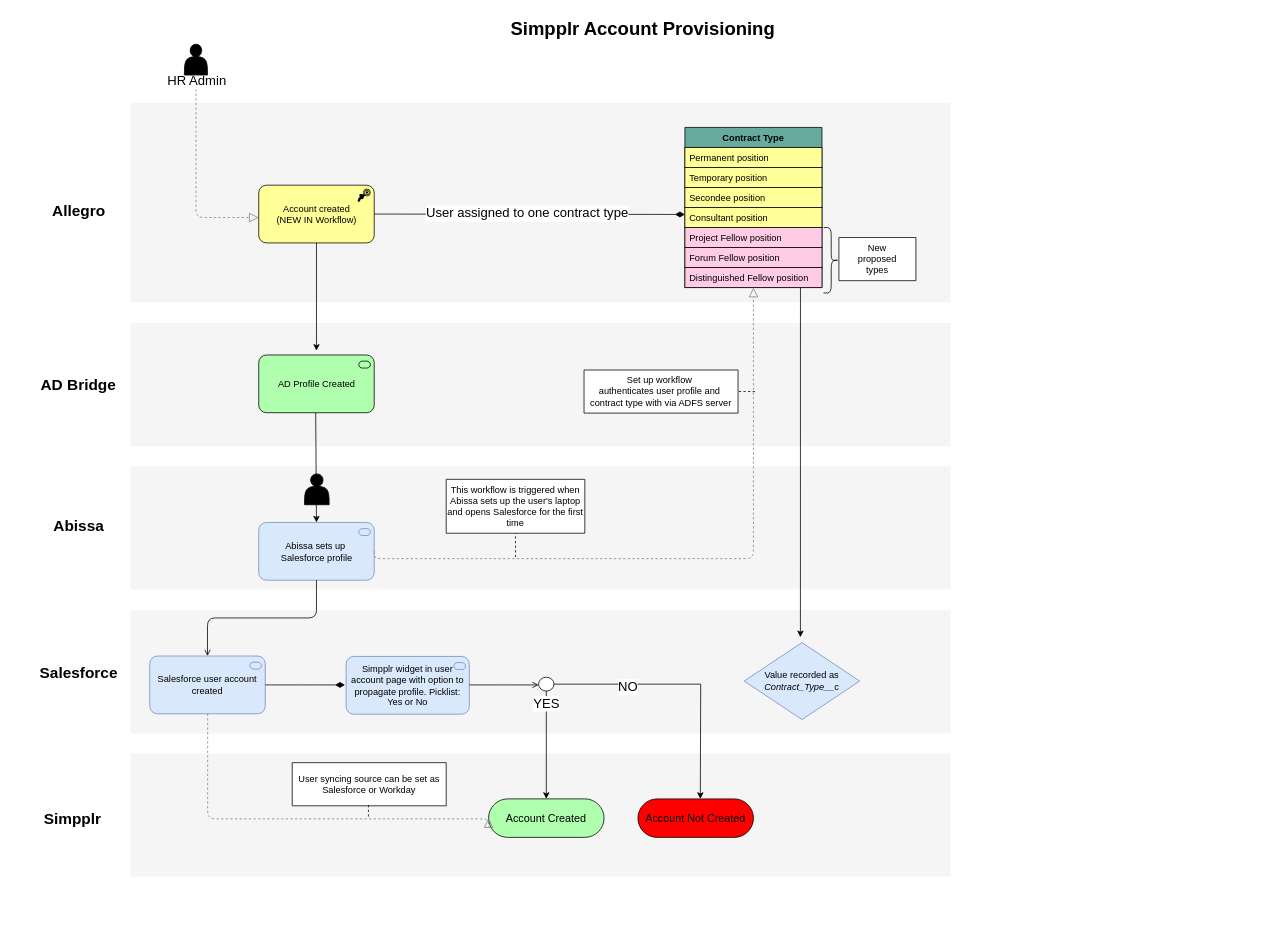
The draw.io diagram SimpplrAccountProvisioning.drawio in merid-berhe/draw.io, before the edit. Source tidied: cells renumbered, new cells numbered last; positions are measured from the earlier drawing's top-left corner, leaving out a move shared by most shapes. Both pictures are drawn from the tidied source at 77%, with x=0, y=0 at pixel (13, 13).
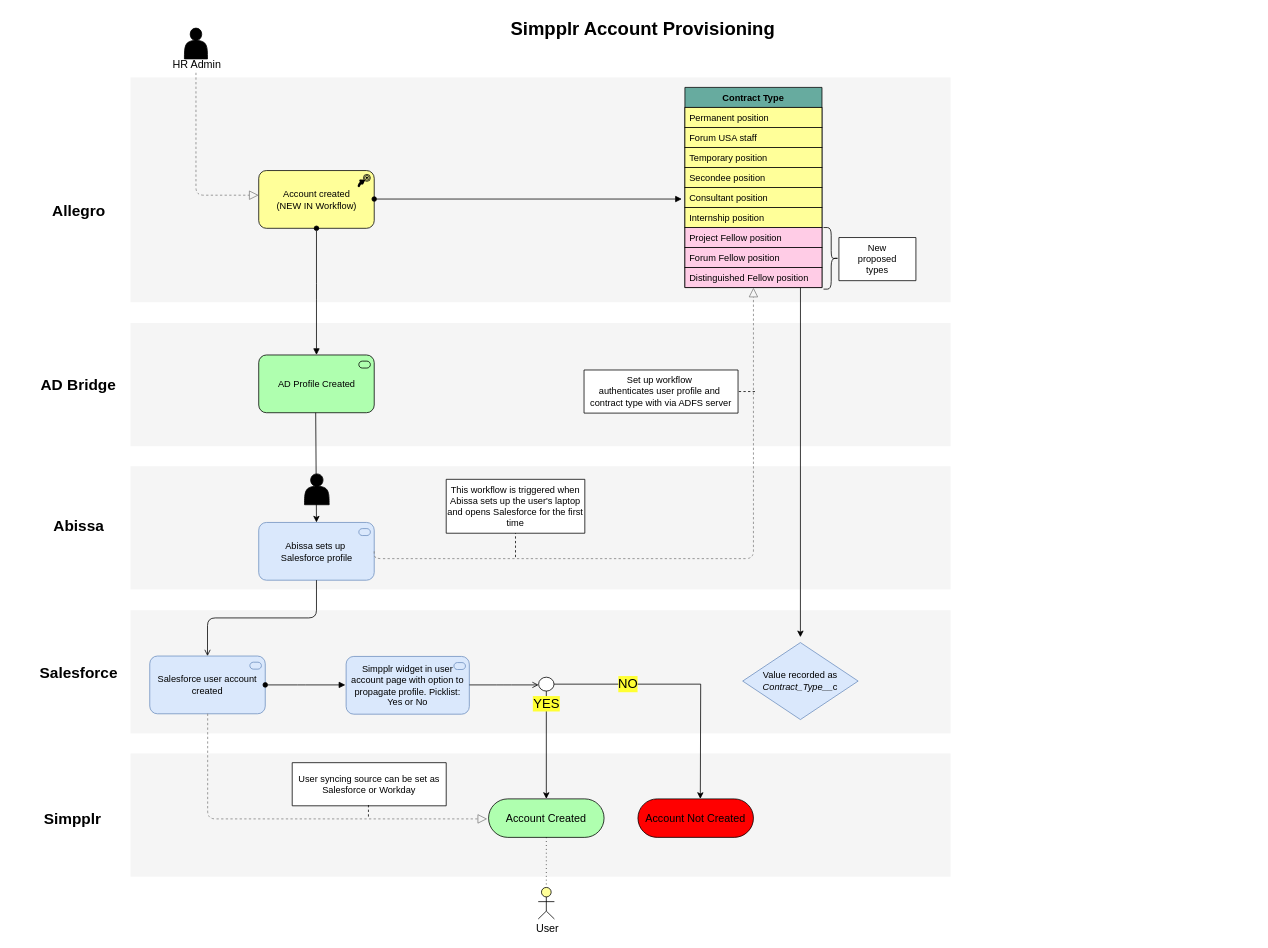
The same page after the edit.

Unchanged cells that the change refers to:
```xml
<mxCell id="2" style="whiteSpace=wrap;html=1;strokeColor=none;strokeWidth=1;fillColor=#f5f5f5;fontSize=14;imageHeight=24;" parent="1" vertex="1">
  <mxGeometry x="152" y="961" width="1065" height="160" as="geometry" />
</mxCell>
<mxCell id="7" value="Account Created" style="html=1;whiteSpace=wrap;fillColor=#AFFFAF;strokeColor=#000000;shape=mxgraph.archimate3.service;fontSize=14;" parent="1" vertex="1">
  <mxGeometry x="617" y="1020" width="150" height="50" as="geometry" />
</mxCell>
<mxCell id="28" value="AD Profile Created" style="html=1;outlineConnect=0;whiteSpace=wrap;fillColor=#AFFFAF;strokeColor=#000000;shape=mxgraph.archimate3.application;appType=serv;archiType=rounded;" parent="1" vertex="1">
  <mxGeometry x="318.5" y="443.5" width="150" height="75" as="geometry" />
</mxCell>
<mxCell id="46" style="edgeStyle=orthogonalEdgeStyle;rounded=0;jettySize=auto;html=1;" parent="1" edge="1" source="48">
  <mxGeometry relative="1" as="geometry">
    <mxPoint x="892" y="1020" as="targetPoint" />
  </mxGeometry>
</mxCell>
```

Diff of the diagram source:
```diff
@@
     <mxCell id="6" style="whiteSpace=wrap;html=1;strokeColor=none;strokeWidth=1;fillColor=#f5f5f5;fontSize=14;imageWidth=24;imageAspect=1;" parent="1" vertex="1">
-      <mxGeometry x="152" y="116" width="1065" height="259" as="geometry" />
+      <mxGeometry x="152" y="83" width="1065" height="292" as="geometry" />
     </mxCell>
@@
-    <mxCell id="12" style="edgeStyle=elbowEdgeStyle;rounded=1;elbow=vertical;html=1;dashed=1;startSize=10;endArrow=block;endFill=0;endSize=10;jettySize=auto;strokeColor=#808080;fontSize=14;exitX=0.5;exitY=1;exitDx=0;exitDy=0;" parent="1" edge="1" source="16">
+    <mxCell id="12" style="edgeStyle=elbowEdgeStyle;rounded=1;elbow=vertical;html=1;dashed=1;startSize=10;endArrow=block;endFill=0;endSize=10;jettySize=auto;strokeColor=#808080;fontSize=14;exitX=0.5;exitY=1;exitDx=0;exitDy=0;" parent="1" edge="1" source="16" target="25">
       <mxGeometry relative="1" as="geometry">
-        <mxPoint x="318.5" y="265" as="targetPoint" />
         <Array as="points">
+          <mxPoint x="273" y="236" />
           <mxPoint x="262" y="265" />
           <mxPoint x="280" y="265" />
         </Array>
       </mxGeometry>
     </mxCell>
-    <mxCell id="13" value="HR Admin" style="text;html=1;align=center;verticalAlign=middle;labelBackgroundColor=#ffffff;fontSize=17;" parent="12" vertex="1">
+    <mxCell id="13" value="HR Admin" style="text;html=1;align=center;verticalAlign=middle;labelBackgroundColor=#ffffff;fontSize=14;" parent="12" vertex="1">
       <mxGeometry x="-0.95" relative="1" as="geometry" />
     </mxCell>
@@
     <mxCell id="16" style="shape=actor;whiteSpace=wrap;html=1;fillColor=#000000;" parent="1" vertex="1">
-      <mxGeometry x="222" y="40" width="30" height="40" as="geometry" />
+      <mxGeometry x="222" y="19" width="30" height="40" as="geometry" />
     </mxCell>
     <mxCell id="17" value="Contract Type" style="swimlane;fontStyle=1;horizontal=1;startSize=26;fillColor=#67AB9F;strokeColor=#000000;" parent="1" vertex="1">
-      <mxGeometry x="872" y="148" width="178" height="208" as="geometry" />
+      <mxGeometry x="872" y="96" width="178" height="260" as="geometry" />
     </mxCell>
@@
+    <mxCell id="55" value="Forum USA staff" style="text;strokeColor=#000000;fillColor=#FFFF99;align=left;verticalAlign=top;spacingLeft=4;spacingRight=4;overflow=hidden;" parent="17" vertex="1">
+      <mxGeometry y="52" width="178" height="26" as="geometry" />
+    </mxCell>
     <mxCell id="19" value="Temporary position" style="text;strokeColor=#000000;fillColor=#FFFF99;align=left;verticalAlign=top;spacingLeft=4;spacingRight=4;overflow=hidden;" parent="17" vertex="1">
-      <mxGeometry y="52" width="178" height="26" as="geometry" />
+      <mxGeometry y="78" width="178" height="26" as="geometry" />
     </mxCell>
     <mxCell id="20" value="Secondee position" style="text;strokeColor=#000000;fillColor=#FFFF99;align=left;verticalAlign=top;spacingLeft=4;spacingRight=4;overflow=hidden;" parent="17" vertex="1">
-      <mxGeometry y="78" width="178" height="26" as="geometry" />
+      <mxGeometry y="104" width="178" height="26" as="geometry" />
     </mxCell>
     <mxCell id="21" value="Consultant position" style="text;strokeColor=#000000;fillColor=#FFFF99;align=left;verticalAlign=top;spacingLeft=4;spacingRight=4;overflow=hidden;points=[[0,0.5],[1,0.5]];portConstraint=eastwest;" parent="17" vertex="1">
-      <mxGeometry y="104" width="178" height="26" as="geometry" />
+      <mxGeometry y="130" width="178" height="26" as="geometry" />
     </mxCell>
+    <mxCell id="56" value="Internship position" style="text;strokeColor=#000000;fillColor=#FFFF99;align=left;verticalAlign=top;spacingLeft=4;spacingRight=4;overflow=hidden;" parent="17" vertex="1">
+      <mxGeometry y="156" width="178" height="26" as="geometry" />
+    </mxCell>
     <mxCell id="22" value="Project Fellow position" style="text;strokeColor=#000000;fillColor=#FFCCE6;align=left;verticalAlign=top;spacingLeft=4;spacingRight=4;overflow=hidden;" parent="17" vertex="1">
-      <mxGeometry y="130" width="178" height="26" as="geometry" />
+      <mxGeometry y="182" width="178" height="26" as="geometry" />
     </mxCell>
     <mxCell id="23" value="Forum Fellow position" style="text;strokeColor=#000000;fillColor=#FFCCE6;align=left;verticalAlign=top;spacingLeft=4;spacingRight=4;overflow=hidden;" parent="17" vertex="1">
-      <mxGeometry y="156" width="178" height="26" as="geometry" />
+      <mxGeometry y="208" width="178" height="26" as="geometry" />
     </mxCell>
     <mxCell id="24" value="Distinguished Fellow position" style="text;strokeColor=#000000;fillColor=#FFCCE6;align=left;verticalAlign=top;spacingLeft=4;spacingRight=4;overflow=hidden;points=[[0,0.5],[1,0.5]];portConstraint=eastwest;" parent="17" vertex="1">
-      <mxGeometry y="182" width="178" height="26" as="geometry" />
+      <mxGeometry y="234" width="178" height="26" as="geometry" />
     </mxCell>
     <mxCell id="25" value="Account created&lt;br&gt;(NEW IN Workflow)" style="html=1;outlineConnect=0;whiteSpace=wrap;fillColor=#Ffff99;strokeColor=#000000;shape=mxgraph.archimate3.application;appType=course;archiType=rounded;" parent="1" vertex="1">
-      <mxGeometry x="318.5" y="223" width="150" height="75" as="geometry" />
+      <mxGeometry x="318.5" y="204" width="150" height="75" as="geometry" />
     </mxCell>
-    <mxCell id="26" style="html=1;endArrow=diamondThin;endFill=1;edgeStyle=elbowEdgeStyle;elbow=vertical;endSize=10;" parent="1" edge="1" target="21">
-      <mxGeometry relative="1" as="geometry">
-        <mxPoint x="468.5" y="260.5" as="sourcePoint" />
-      </mxGeometry>
-    </mxCell>
-    <mxCell id="27" value="User assigned to one contract type" style="text;html=1;align=center;verticalAlign=middle;labelBackgroundColor=#ffffff;fontSize=17;" parent="26" vertex="1">
-      <mxGeometry x="-0.02" y="2" relative="1" as="geometry" />
-    </mxCell>
@@
-    <mxCell id="29" style="endArrow=classic;html=1;" parent="1" edge="1">
-      <mxGeometry relative="1" as="geometry">
-        <mxPoint x="393.5" y="298" as="sourcePoint" />
-        <mxPoint x="393.5" y="438" as="targetPoint" />
-      </mxGeometry>
-    </mxCell>
@@
     <mxCell id="38" style="shape=curlyBracket;whiteSpace=wrap;html=1;rounded=1;strokeColor=#000000;fillColor=#FFFFFF;rotation=-180;" parent="1" vertex="1">
-      <mxGeometry x="1052" y="278" width="20" height="85" as="geometry" />
+      <mxGeometry x="1052" y="278" width="20" height="80" as="geometry" />
     </mxCell>
@@
     <mxCell id="41" value="Value recorded as &lt;i&gt;Contract_Type__&lt;/i&gt;c" style="rhombus;whiteSpace=wrap;html=1;strokeColor=#6c8ebf;fillColor=#dae8fc;" parent="1" vertex="1">
-      <mxGeometry x="949" y="817" width="150" height="100" as="geometry" />
+      <mxGeometry x="947" y="817" width="150" height="100" as="geometry" />
     </mxCell>
-    <mxCell id="42" style="html=1;endArrow=diamondThin;endFill=1;edgeStyle=elbowEdgeStyle;elbow=vertical;endSize=10;" parent="1" edge="1">
-      <mxGeometry relative="1" as="geometry">
-        <mxPoint x="327" y="872" as="sourcePoint" />
-        <mxPoint x="430.5" y="872" as="targetPoint" />
-      </mxGeometry>
-    </mxCell>
@@
-    <mxCell id="47" value="NO" style="text;html=1;align=center;verticalAlign=middle;labelBackgroundColor=#ffffff;fontSize=17;" parent="46" vertex="1">
-      <mxGeometry x="-0.44" y="-3" relative="1" as="geometry" />
+    <mxCell id="47" value="NO" style="text;html=1;align=center;verticalAlign=middle;labelBackgroundColor=#FFFF33;fontSize=17;" parent="46" vertex="1">
+      <mxGeometry x="-0.44" y="-3" relative="1" as="geometry">
+        <mxPoint y="-4" as="offset" />
+      </mxGeometry>
     </mxCell>
-    <mxCell id="48" value="YES" style="ellipse;html=1;verticalLabelPosition=bottom;labelBackgroundColor=#ffffff;verticalAlign=top;fillColor=#ffffff;strokeColor=#000000;fontSize=17;" parent="1" vertex="1">
+    <mxCell id="48" value="YES" style="ellipse;html=1;verticalLabelPosition=bottom;labelBackgroundColor=#FFFF33;verticalAlign=top;fillColor=#ffffff;strokeColor=#000000;fontSize=17;" parent="1" vertex="1">
       <mxGeometry x="682" y="862" width="20" height="18" as="geometry" />
     </mxCell>
@@
-    <mxCell id="52" style="edgeStyle=elbowEdgeStyle;rounded=1;elbow=vertical;html=1;dashed=1;startSize=10;endArrow=block;endFill=0;endSize=10;jettySize=auto;strokeColor=#808080;fontSize=14;exitX=0.5;exitY=1;exitDx=0;exitDy=0;entryX=0;entryY=0;entryDx=0;entryDy=25;entryPerimeter=0;" parent="1" edge="1" target="7">
+    <mxCell id="52" style="edgeStyle=elbowEdgeStyle;rounded=1;elbow=vertical;html=1;dashed=1;startSize=10;endArrow=block;endFill=0;endSize=10;jettySize=auto;strokeColor=#808080;fontSize=14;exitX=0.5;exitY=1;exitDx=0;exitDy=0;entryX=0.435;entryY=0.531;entryDx=0;entryDy=0;entryPerimeter=0;" parent="1" edge="1" target="2">
       <mxGeometry relative="1" as="geometry">
         <mxPoint x="252.2" y="909.3" as="sourcePoint" />
         <Array as="points">
           <mxPoint x="430" y="1046" />
           <mxPoint x="294.5" y="1094" />
         </Array>
       </mxGeometry>
     </mxCell>
@@
+    <mxCell id="57" style="endArrow=block;html=1;endFill=1;startArrow=oval;startFill=1;edgeStyle=elbowEdgeStyle;elbow=vertical;fontSize=17;" parent="1" edge="1">
+      <mxGeometry relative="1" as="geometry">
+        <mxPoint x="327" y="872" as="sourcePoint" />
+        <mxPoint x="431" y="872" as="targetPoint" />
+      </mxGeometry>
+    </mxCell>
+    <mxCell id="58" style="endArrow=block;html=1;endFill=1;startArrow=oval;startFill=1;edgeStyle=elbowEdgeStyle;elbow=vertical;fontSize=17;entryX=0.5;entryY=0;entryDx=0;entryDy=0;entryPerimeter=0;" parent="1" edge="1" source="25" target="28">
+      <mxGeometry relative="1" as="geometry" />
+    </mxCell>
+    <mxCell id="59" style="endArrow=block;html=1;endFill=1;startArrow=oval;startFill=1;edgeStyle=elbowEdgeStyle;elbow=vertical;fontSize=17;" parent="1" edge="1">
+      <mxGeometry relative="1" as="geometry">
+        <mxPoint x="468.5" y="241" as="sourcePoint" />
+        <mxPoint x="868" y="241.5" as="targetPoint" />
+      </mxGeometry>
+    </mxCell>
+    <mxCell id="60" style="html=1;whiteSpace=wrap;fillColor=#ffff99;strokeColor=#000000;verticalLabelPosition=bottom;verticalAlign=top;align=center;shape=mxgraph.archimate3.actor;labelBackgroundColor=#FFFF33;fontSize=14;" parent="1" vertex="1">
+      <mxGeometry x="681.5" y="1135" width="21" height="41" as="geometry" />
+    </mxCell>
+    <mxCell id="61" style="edgeStyle=elbowEdgeStyle;html=1;endArrow=none;elbow=vertical;dashed=1;startFill=0;dashPattern=1 4;fontSize=14;exitX=0.5;exitY=1;exitDx=0;exitDy=0;exitPerimeter=0;" parent="1" edge="1" source="7">
+      <mxGeometry relative="1" as="geometry">
+        <mxPoint x="692" y="1132" as="targetPoint" />
+      </mxGeometry>
+    </mxCell>
+    <mxCell id="62" value="User" style="text;html=1;align=left;verticalAlign=top;spacingTop=-4;fontSize=14;" parent="1" vertex="1">
+      <mxGeometry x="677" y="1177" width="40" height="17" as="geometry" />
+    </mxCell>
```
